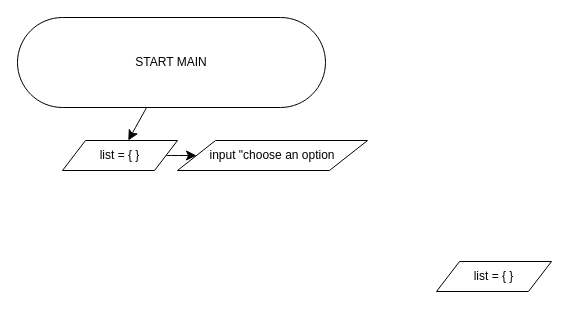
This is doc/weekSeven.drawio from RedjaderCode/redjader, a draw.io file, before an edit. Source tidied: cells renumbered, new cells numbered last; positions are measured from the earlier drawing's top-left corner, leaving out a move shared by most shapes. Both pictures are drawn from the tidied source at 100%, with x=0, y=0 at pixel (17, 17).
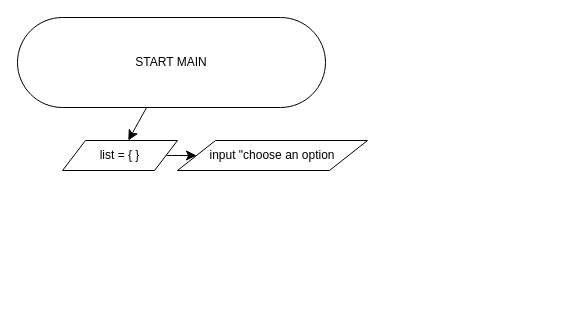
The same diagram, later.

Diff of the diagram source:
```diff
@@
 <mxGraphModel>
   <root>
     <mxCell id="0" />
     <mxCell id="1" parent="0" />
     <mxCell id="2" style="edgeStyle=none;curved=1;rounded=0;jettySize=auto;html=1;fontSize=12;startSize=8;endSize=8;" parent="1" edge="1" source="3" target="5">
       <mxGeometry relative="1" as="geometry" />
     </mxCell>
     <mxCell id="3" value="START MAIN" style="html=1;dashed=0;whiteSpace=wrap;shape=mxgraph.dfd.start;" parent="1" vertex="1">
       <mxGeometry width="308" height="90" as="geometry" />
     </mxCell>
     <mxCell id="4" style="edgeStyle=none;curved=1;rounded=0;jettySize=auto;html=1;exitX=1;exitY=0.5;exitDx=0;exitDy=0;entryX=0;entryY=0.5;entryDx=0;entryDy=0;fontSize=12;startSize=8;endSize=8;" parent="1" edge="1" source="5" target="6">
       <mxGeometry relative="1" as="geometry" />
     </mxCell>
     <mxCell id="5" value="list = { }" style="shape=parallelogram;perimeter=parallelogramPerimeter;whiteSpace=wrap;html=1;dashed=0;" parent="1" vertex="1">
       <mxGeometry x="45" y="123" width="115" height="30" as="geometry" />
     </mxCell>
     <mxCell id="6" value="input &quot;choose an option" style="shape=parallelogram;perimeter=parallelogramPerimeter;whiteSpace=wrap;html=1;dashed=0;" parent="1" vertex="1">
       <mxGeometry x="160" y="123" width="190" height="30" as="geometry" />
     </mxCell>
-    <mxCell id="7" value="list = { }" style="shape=parallelogram;perimeter=parallelogramPerimeter;whiteSpace=wrap;html=1;dashed=0;" parent="1" vertex="1">
-      <mxGeometry x="419" y="244" width="115" height="30" as="geometry" />
-    </mxCell>
   </root>
 </mxGraphModel>
```
